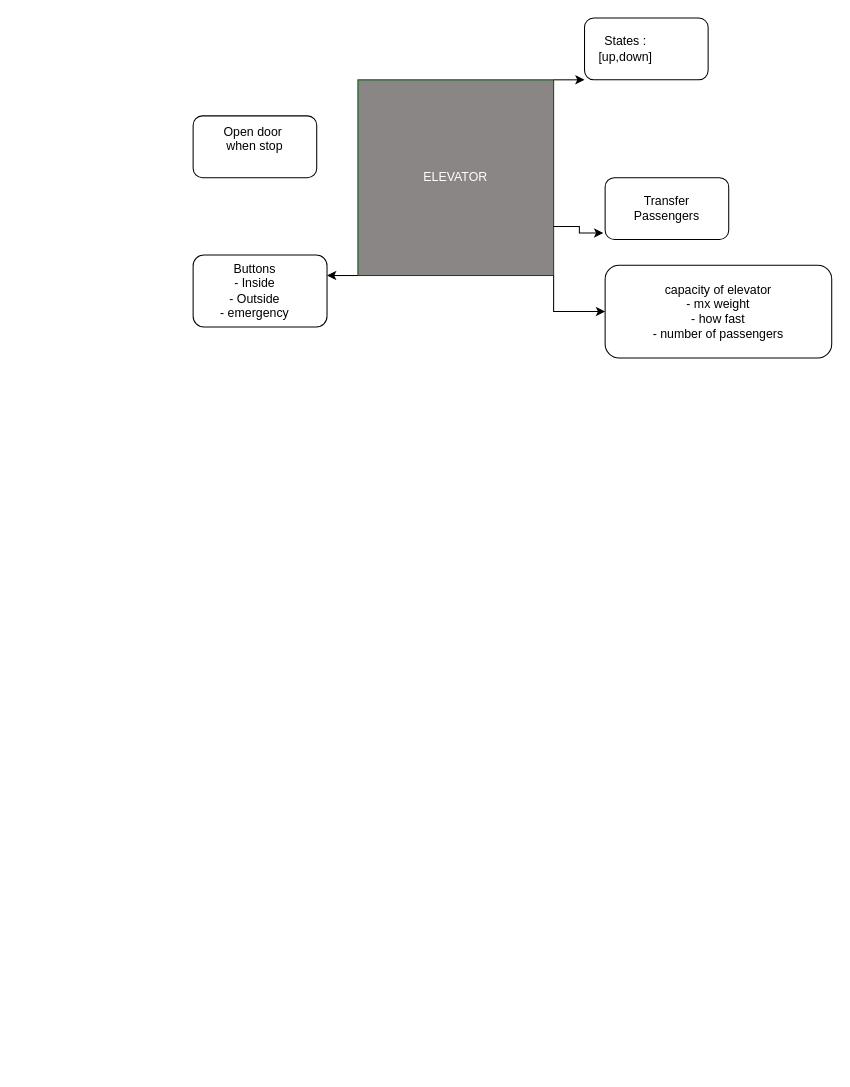
The draw.io diagram Elevator/requirements.drawio in seika-afk/SD_PROJECTS, before the edit. Source tidied: cells renumbered, new cells numbered last; positions are measured from the earlier drawing's top-left corner, leaving out a move shared by most shapes. Both pictures are drawn from the tidied source at 103%, with x=0, y=0 at pixel (182, 18).
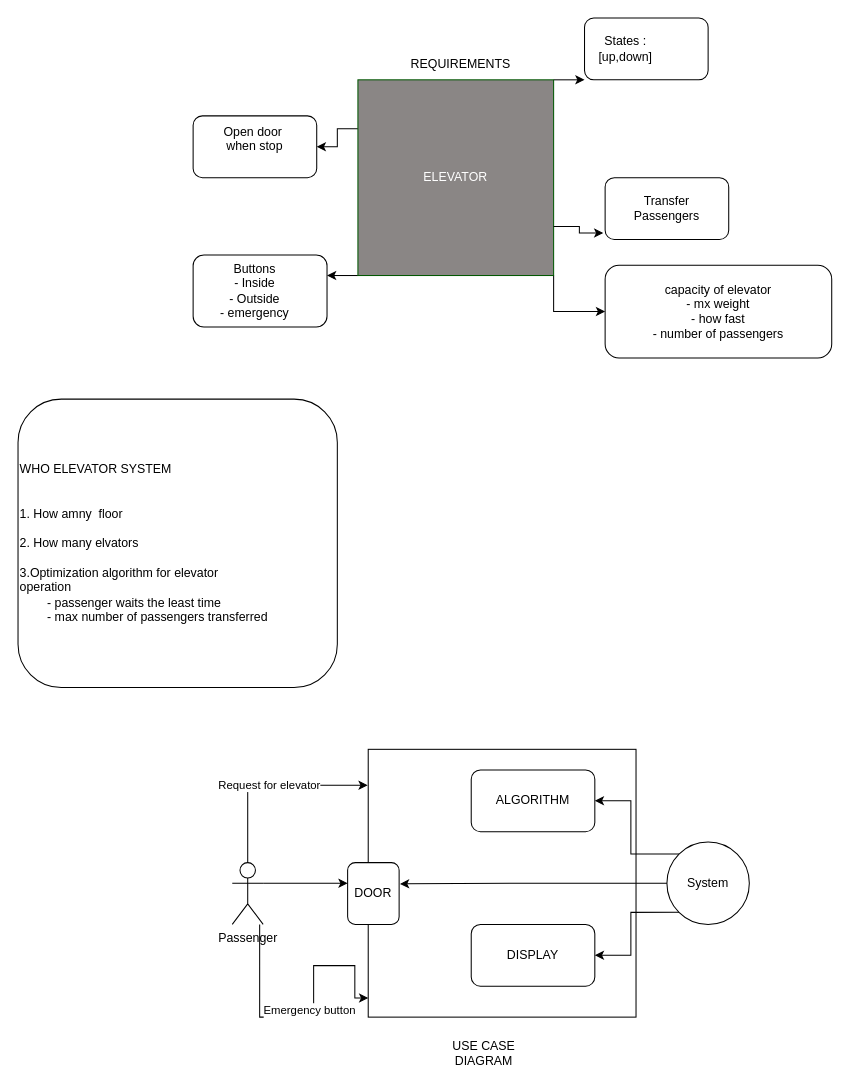
The same diagram, later.

Commit message (it also covers changes not shown here):
added use case diagram

Unchanged cells that the change refers to:
```xml
<mxCell id="5" value="ELEVATOR" style="whiteSpace=wrap;html=1;fillColor=#8A8685;fontColor=#ffffff;strokeColor=#005700;" parent="1" vertex="1">
  <mxGeometry x="170" y="60" width="190" height="190" as="geometry" />
</mxCell>
<mxCell id="10" style="rounded=1;whiteSpace=wrap;html=1;" parent="1" vertex="1">
  <mxGeometry x="410" y="240" width="220" height="90" as="geometry" />
</mxCell>
<mxCell id="15" value="Open door&amp;nbsp;&lt;div&gt;when stop&lt;/div&gt;&lt;div&gt;&lt;br&gt;&lt;/div&gt;" style="rounded=1;whiteSpace=wrap;html=1;" parent="1" vertex="1">
  <mxGeometry x="10" y="95" width="120" height="60" as="geometry" />
</mxCell>
```

What changed in the source:
```diff
@@
-    <mxCell id="2" style="edgeStyle=orthogonalEdgeStyle;rounded=0;jettySize=auto;html=1;exitX=1;exitY=1;exitDx=0;exitDy=0;entryX=0;entryY=0.5;entryDx=0;entryDy=0;" parent="1" edge="1" source="5" target="10">
+    <mxCell id="2" value=" " style="edgeStyle=orthogonalEdgeStyle;rounded=0;jettySize=auto;html=1;exitX=1;exitY=1;exitDx=0;exitDy=0;entryX=0;entryY=0.5;entryDx=0;entryDy=0;" parent="1" edge="1" source="5" target="10">
       <mxGeometry relative="1" as="geometry" />
     </mxCell>
@@
+    <mxCell id="16" style="edgeStyle=orthogonalEdgeStyle;rounded=0;jettySize=auto;html=1;exitX=0;exitY=0.25;exitDx=0;exitDy=0;" parent="1" edge="1" source="5" target="15">
+      <mxGeometry relative="1" as="geometry" />
+    </mxCell>
@@
+    <mxCell id="17" value="WHO ELEVATOR SYSTEM&lt;div&gt;&lt;br&gt;&lt;/div&gt;&lt;div&gt;&lt;br&gt;&lt;/div&gt;&lt;div&gt;1. How amny&amp;nbsp; floor&amp;nbsp;&lt;/div&gt;&lt;div&gt;&lt;br&gt;&lt;/div&gt;&lt;div style=&quot;&quot;&gt;2. How many elvators&lt;/div&gt;&lt;div style=&quot;&quot;&gt;&lt;br&gt;&lt;/div&gt;&lt;div style=&quot;&quot;&gt;3.Optimization algorithm for elevator&amp;nbsp;&lt;/div&gt;&lt;div style=&quot;&quot;&gt;operation&lt;/div&gt;&lt;div style=&quot;&quot;&gt;&lt;span style=&quot;white-space: pre;&quot;&gt;&#9;&lt;/span&gt;- passenger waits the least time&lt;br&gt;&lt;/div&gt;&lt;div style=&quot;&quot;&gt;&lt;span style=&quot;white-space: pre;&quot;&gt;&#9;&lt;/span&gt;- max number of passengers transferred&lt;br&gt;&lt;/div&gt;" style="rounded=1;whiteSpace=wrap;html=1;align=left;" parent="1" vertex="1">
+      <mxGeometry x="-160" y="370" width="310" height="280" as="geometry" />
+    </mxCell>
+    <mxCell id="18" style="whiteSpace=wrap;html=1;" parent="1" vertex="1">
+      <mxGeometry x="180" y="710" width="260" height="260" as="geometry" />
+    </mxCell>
+    <mxCell id="19" value="Emergency button&lt;div&gt;&lt;br&gt;&lt;/div&gt;" style="edgeStyle=orthogonalEdgeStyle;rounded=0;orthogonalLoop=1;jettySize=auto;html=1;exitX=1;exitY=1;exitDx=0;exitDy=0;exitPerimeter=0;entryX=0.013;entryY=0.929;entryDx=0;entryDy=0;entryPerimeter=0;" parent="1" edge="1">
+      <mxGeometry relative="1" as="geometry">
+        <mxPoint x="74.6" y="880" as="sourcePoint" />
+        <mxPoint x="180" y="951.5" as="targetPoint" />
+        <Array as="points">
+          <mxPoint x="75" y="970" />
+          <mxPoint x="127" y="970" />
+          <mxPoint x="127" y="920" />
+          <mxPoint x="167" y="920" />
+          <mxPoint x="167" y="951" />
+        </Array>
+      </mxGeometry>
+    </mxCell>
+    <mxCell id="20" value="Passenger" style="shape=umlActor;verticalLabelPosition=bottom;verticalAlign=top;html=1;outlineConnect=0;" parent="1" vertex="1">
+      <mxGeometry x="48" y="820" width="30" height="60" as="geometry" />
+    </mxCell>
+    <mxCell id="21" value="Request for elevator" style="edgeStyle=orthogonalEdgeStyle;rounded=0;jettySize=auto;html=1;exitX=0.5;exitY=0;exitDx=0;exitDy=0;exitPerimeter=0;entryX=-0.002;entryY=0.134;entryDx=0;entryDy=0;entryPerimeter=0;" parent="1" edge="1" source="20" target="18">
+      <mxGeometry relative="1" as="geometry" />
+    </mxCell>
+    <mxCell id="22" value="DOOR" style="rounded=1;whiteSpace=wrap;html=1;" parent="1" vertex="1">
+      <mxGeometry x="160" y="820" width="50" height="60" as="geometry" />
+    </mxCell>
+    <mxCell id="23" style="edgeStyle=orthogonalEdgeStyle;rounded=0;jettySize=auto;html=1;exitX=1;exitY=0.3333333333333333;exitDx=0;exitDy=0;exitPerimeter=0;entryX=0;entryY=0.333;entryDx=0;entryDy=0;entryPerimeter=0;" parent="1" edge="1" source="20" target="22">
+      <mxGeometry relative="1" as="geometry" />
+    </mxCell>
+    <mxCell id="24" style="edgeStyle=orthogonalEdgeStyle;rounded=0;jettySize=auto;html=1;exitX=0;exitY=0;exitDx=0;exitDy=0;entryX=1;entryY=0.5;entryDx=0;entryDy=0;" parent="1" edge="1" source="26" target="28">
+      <mxGeometry relative="1" as="geometry" />
+    </mxCell>
+    <mxCell id="25" style="edgeStyle=orthogonalEdgeStyle;rounded=0;jettySize=auto;html=1;exitX=0;exitY=1;exitDx=0;exitDy=0;" parent="1" edge="1" source="26" target="29">
+      <mxGeometry relative="1" as="geometry" />
+    </mxCell>
+    <mxCell id="26" value="System" style="ellipse;whiteSpace=wrap;html=1;" parent="1" vertex="1">
+      <mxGeometry x="470" y="800" width="80" height="80" as="geometry" />
+    </mxCell>
+    <mxCell id="27" style="edgeStyle=orthogonalEdgeStyle;rounded=0;jettySize=auto;html=1;exitX=0;exitY=0.5;exitDx=0;exitDy=0;entryX=1.017;entryY=0.344;entryDx=0;entryDy=0;entryPerimeter=0;" parent="1" edge="1" source="26" target="22">
+      <mxGeometry relative="1" as="geometry" />
+    </mxCell>
+    <mxCell id="28" value="ALGORITHM" style="rounded=1;whiteSpace=wrap;html=1;" parent="1" vertex="1">
+      <mxGeometry x="280" y="730" width="120" height="60" as="geometry" />
+    </mxCell>
+    <mxCell id="29" value="DISPLAY" style="rounded=1;whiteSpace=wrap;html=1;" parent="1" vertex="1">
+      <mxGeometry x="280" y="880" width="120" height="60" as="geometry" />
+    </mxCell>
+    <mxCell id="30" value="USE CASE DIAGRAM" style="text;html=1;whiteSpace=wrap;strokeColor=none;fillColor=none;align=center;verticalAlign=middle;rounded=0;" parent="1" vertex="1">
+      <mxGeometry x="235" y="990" width="115" height="30" as="geometry" />
+    </mxCell>
+    <mxCell id="31" value="REQUIREMENTS" style="text;html=1;whiteSpace=wrap;strokeColor=none;fillColor=none;align=center;verticalAlign=middle;rounded=0;" parent="1" vertex="1">
+      <mxGeometry x="240" y="30" width="60" height="30" as="geometry" />
+    </mxCell>
```
